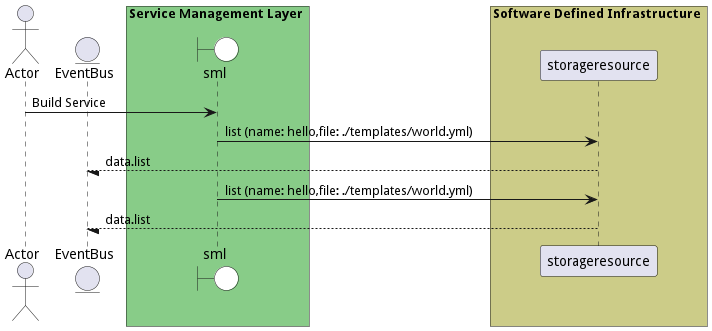
Before: docs/edgemere/sml/usecases/manageservices/BuildService.png, a diagram exported from PlantUML (madajaju/edgemere). Its diagram source:
```plantuml
@startuml

actor "Actor"


entity EventBus

box Service Management Layer #88cc88
    boundary sml #white
end box


box Software Defined Infrastructure #cccc88
            participant storageresource
    end box


"Actor" -> sml: Build Service

    sml -> "storageresource": list (name: hello,file: ./templates/world.yml)

    "storageresource" --/ EventBus: data.list

    sml -> "storageresource": list (name: hello,file: ./templates/world.yml)

    "storageresource" --/ EventBus: data.list



@enduml
```
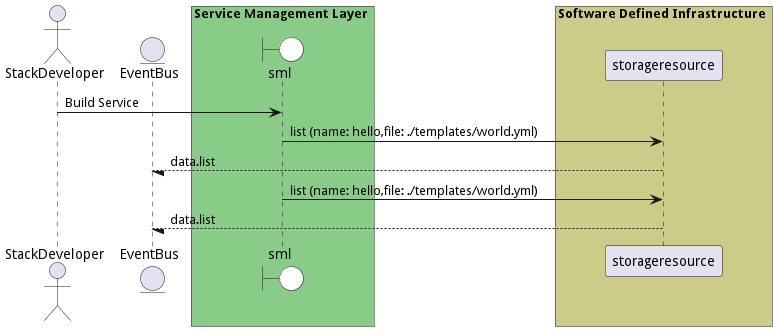
After the commit.

What changed in the source:
```diff
@@ -1,6 +1,6 @@
 @startuml
 
-actor "Actor"
+actor "StackDeveloper"
 
 
 entity EventBus
@@ -15,7 +15,7 @@
     end box
 
 
-"Actor" -> sml: Build Service
+"StackDeveloper" -> sml: Build Service
 
     sml -> "storageresource": list (name: hello,file: ./templates/world.yml)
 
```
